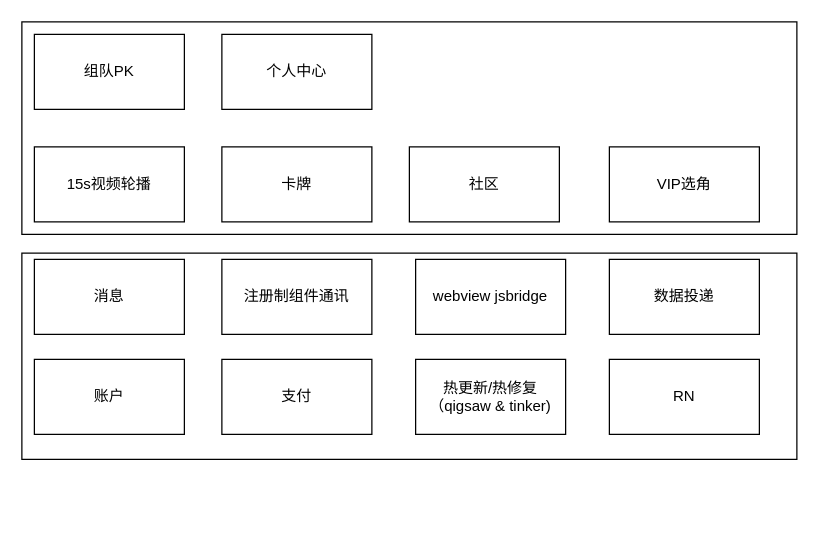
The draw.io diagram 青春有你.drawio in loc1129/uml, before the edit. Source tidied: cells renumbered, new cells numbered last; positions are measured from the earlier drawing's top-left corner, leaving out a move shared by most shapes. Both pictures are drawn from the tidied source at 125%, with x=0, y=0 at pixel (21, 21).
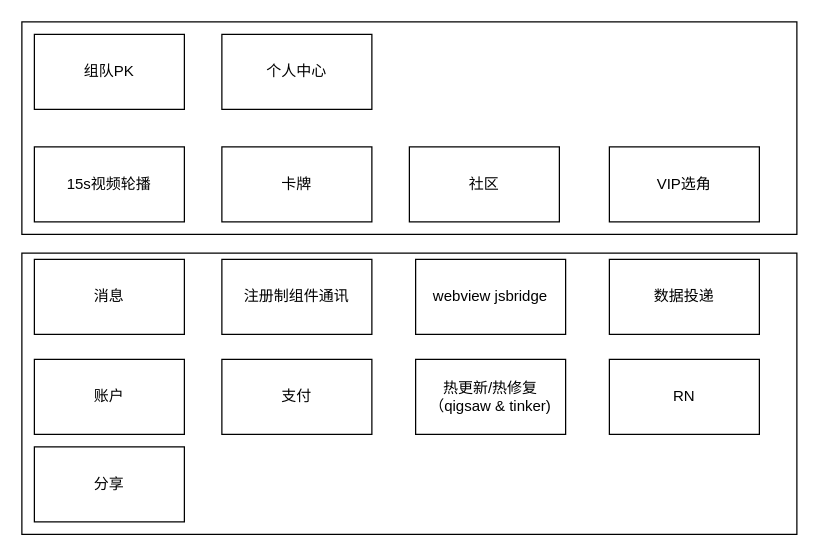
The same diagram, later.

Commit message (it also covers changes not shown here):
更新青春有你.drawio

Change to the diagram source:
```diff
@@
 <mxGraphModel>
   <root>
     <mxCell id="0" />
     <mxCell id="1" parent="0" />
     <mxCell id="2" style="rounded=0;whiteSpace=wrap;html=1;" parent="1" vertex="1">
       <mxGeometry width="620" height="170" as="geometry" />
     </mxCell>
     <mxCell id="3" style="rounded=0;whiteSpace=wrap;html=1;" parent="1" vertex="1">
-      <mxGeometry y="185" width="620" height="165" as="geometry" />
+      <mxGeometry y="185" width="620" height="225" as="geometry" />
     </mxCell>
     <mxCell id="4" value="账户" style="rounded=0;whiteSpace=wrap;html=1;" parent="1" vertex="1">
       <mxGeometry x="10" y="270" width="120" height="60" as="geometry" />
     </mxCell>
     <mxCell id="5" value="支付" style="rounded=0;whiteSpace=wrap;html=1;" parent="1" vertex="1">
       <mxGeometry x="160" y="270" width="120" height="60" as="geometry" />
     </mxCell>
     <mxCell id="6" value="热更新/热修复 （qigsaw &amp;amp; tinker)" style="rounded=0;whiteSpace=wrap;html=1;" parent="1" vertex="1">
       <mxGeometry x="315" y="270" width="120" height="60" as="geometry" />
     </mxCell>
     <mxCell id="7" value="RN" style="rounded=0;whiteSpace=wrap;html=1;" parent="1" vertex="1">
       <mxGeometry x="470" y="270" width="120" height="60" as="geometry" />
     </mxCell>
     <mxCell id="8" value="消息" style="rounded=0;whiteSpace=wrap;html=1;" parent="1" vertex="1">
       <mxGeometry x="10" y="190" width="120" height="60" as="geometry" />
     </mxCell>
     <mxCell id="9" value="15s视频轮播" style="rounded=0;whiteSpace=wrap;html=1;" parent="1" vertex="1">
       <mxGeometry x="10" y="100" width="120" height="60" as="geometry" />
     </mxCell>
     <mxCell id="10" value="卡牌" style="rounded=0;whiteSpace=wrap;html=1;" parent="1" vertex="1">
       <mxGeometry x="160" y="100" width="120" height="60" as="geometry" />
     </mxCell>
     <mxCell id="11" value="社区" style="rounded=0;whiteSpace=wrap;html=1;" parent="1" vertex="1">
       <mxGeometry x="310" y="100" width="120" height="60" as="geometry" />
     </mxCell>
     <mxCell id="12" value="注册制组件通讯" style="rounded=0;whiteSpace=wrap;html=1;" parent="1" vertex="1">
       <mxGeometry x="160" y="190" width="120" height="60" as="geometry" />
     </mxCell>
     <mxCell id="13" value="VIP选角" style="rounded=0;whiteSpace=wrap;html=1;" parent="1" vertex="1">
       <mxGeometry x="470" y="100" width="120" height="60" as="geometry" />
     </mxCell>
     <mxCell id="14" value="组队PK" style="rounded=0;whiteSpace=wrap;html=1;" parent="1" vertex="1">
       <mxGeometry x="10" y="10" width="120" height="60" as="geometry" />
     </mxCell>
     <mxCell id="15" value="个人中心" style="rounded=0;whiteSpace=wrap;html=1;" parent="1" vertex="1">
       <mxGeometry x="160" y="10" width="120" height="60" as="geometry" />
     </mxCell>
     <mxCell id="16" value="webview jsbridge" style="rounded=0;whiteSpace=wrap;html=1;" parent="1" vertex="1">
       <mxGeometry x="315" y="190" width="120" height="60" as="geometry" />
     </mxCell>
     <mxCell id="17" value="数据投递" style="rounded=0;whiteSpace=wrap;html=1;" parent="1" vertex="1">
       <mxGeometry x="470" y="190" width="120" height="60" as="geometry" />
     </mxCell>
+    <mxCell id="18" value="分享" style="rounded=0;whiteSpace=wrap;html=1;" parent="1" vertex="1">
+      <mxGeometry x="10" y="340" width="120" height="60" as="geometry" />
+    </mxCell>
   </root>
 </mxGraphModel>
```
